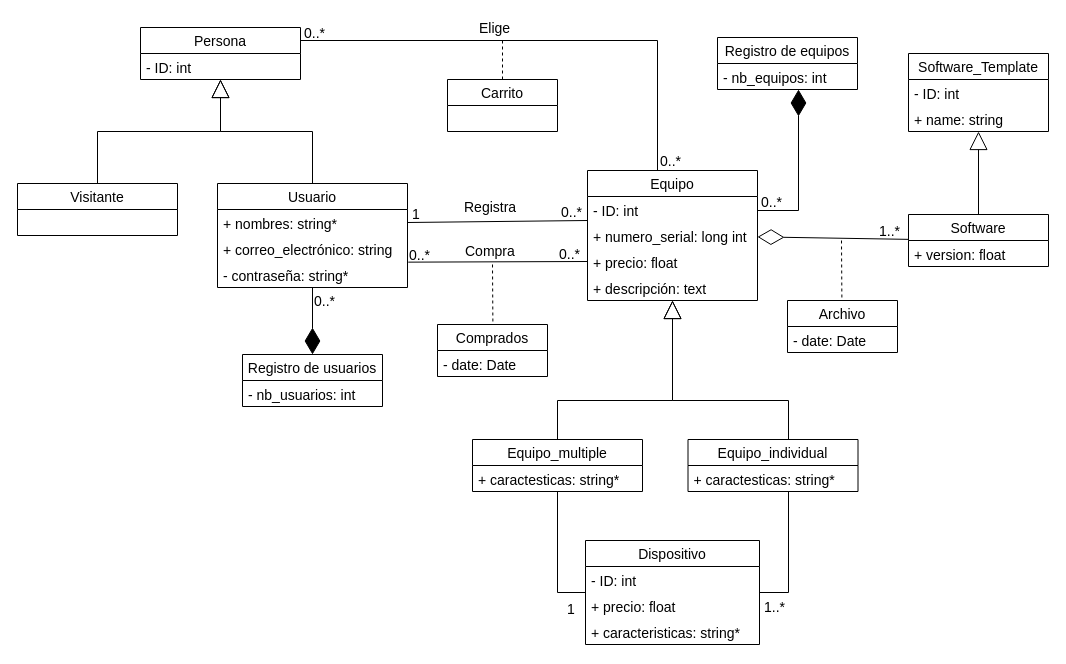
This is ModeloDeDominio.drawio from pierreLucas40/INF236, a draw.io file, before an edit. Source tidied: cells renumbered, new cells numbered last; positions are measured from the earlier drawing's top-left corner, leaving out a move shared by most shapes. Both pictures are drawn from the tidied source at 100%, with x=0, y=0 at pixel (17, 17).
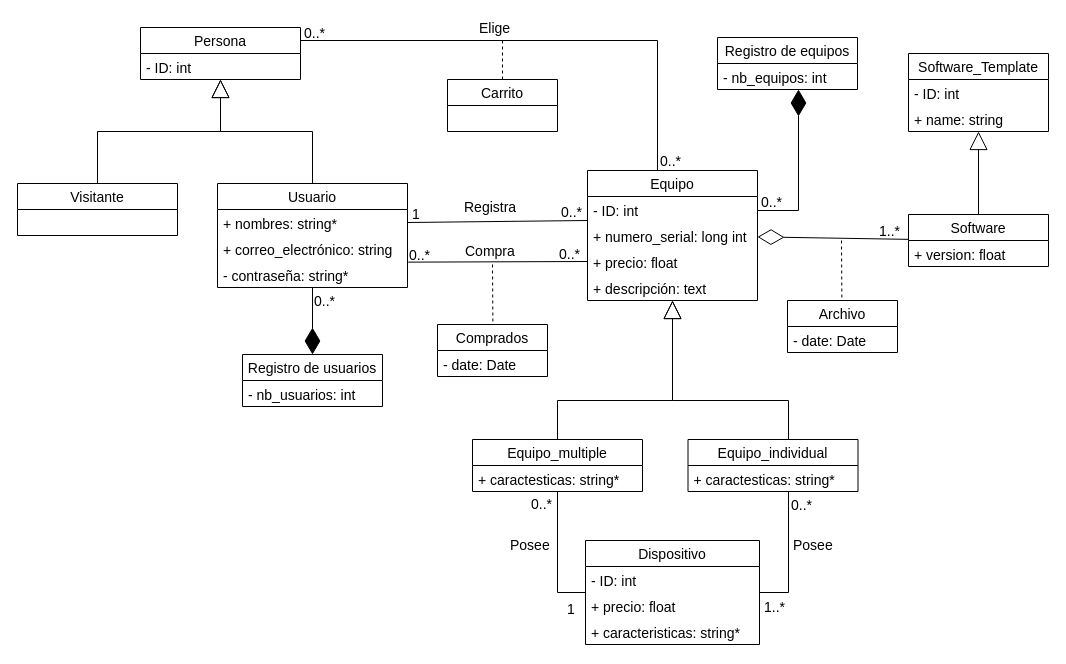
The same page after the edit.

Diff of the diagram source:
```diff
@@
+    <mxCell id="66" value="0..*" style="text;html=1;align=left;verticalAlign=top;spacingTop=-4;fontSize=14;" parent="1" vertex="1">
+      <mxGeometry x="512" y="476" width="40" height="20" as="geometry" />
+    </mxCell>
+    <mxCell id="67" value="0..*" style="text;html=1;align=left;verticalAlign=top;spacingTop=-4;fontSize=14;" parent="1" vertex="1">
+      <mxGeometry x="772" y="477" width="40" height="20" as="geometry" />
+    </mxCell>
+    <mxCell id="68" value="&lt;font style=&quot;font-size: 14px&quot;&gt;Posee&lt;/font&gt;" style="text;html=1;align=left;verticalAlign=top;spacingTop=-4;" parent="1" vertex="1">
+      <mxGeometry x="491" y="517" width="60" height="20" as="geometry" />
+    </mxCell>
+    <mxCell id="69" value="&lt;font style=&quot;font-size: 14px&quot;&gt;Posee&lt;/font&gt;" style="text;html=1;align=left;verticalAlign=top;spacingTop=-4;" parent="1" vertex="1">
+      <mxGeometry x="774" y="517" width="60" height="20" as="geometry" />
+    </mxCell>
```
